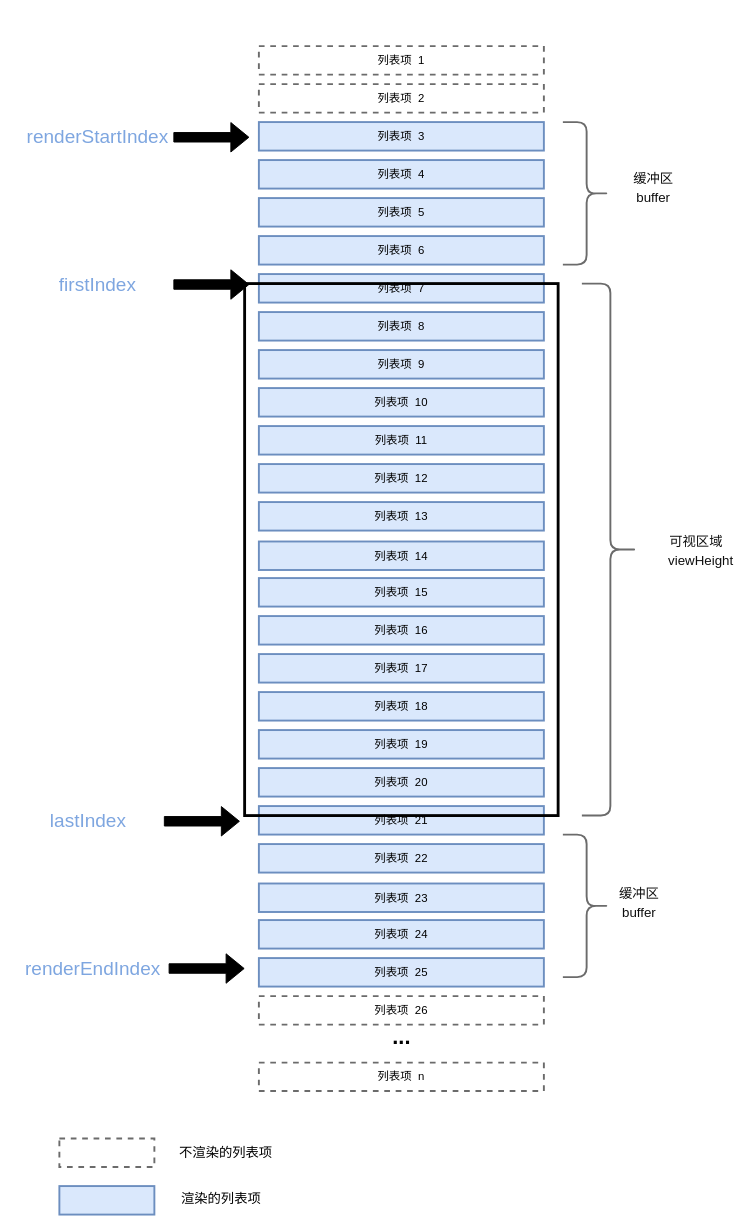
logcas/ImageBed keeps this draw.io diagram as scroll-list.drawio. Above is the earlier version. Source tidied: cells renumbered, new cells numbered last; positions are measured from the earlier drawing's top-left corner, leaving out a move shared by most shapes. Both pictures are drawn from the tidied source at 95%, with x=0, y=0 at pixel (16, 46).
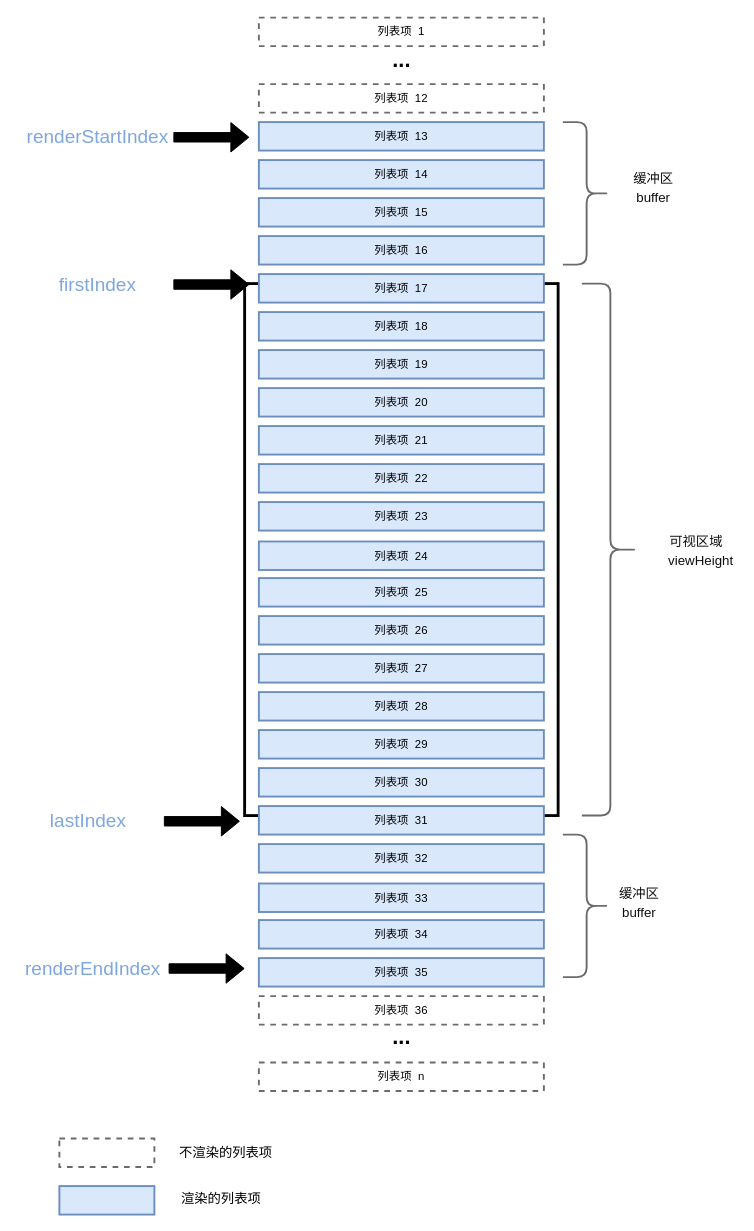
The same diagram, later.

Change to the diagram source:
```diff
@@
+    <mxCell id="30" style="rounded=0;whiteSpace=wrap;html=1;strokeWidth=3;fillColor=none;" parent="1" vertex="1">
+      <mxGeometry x="240" y="250" width="330" height="560" as="geometry" />
+    </mxCell>
     <mxCell id="2" value="列表项&amp;nbsp; 1" style="rounded=0;whiteSpace=wrap;html=1;dashed=1;fillColor=none;strokeWidth=2;strokeColor=#6B6B6B;" parent="1" vertex="1">
-      <mxGeometry x="255" width="300" height="30" as="geometry" />
+      <mxGeometry x="255" y="-30" width="300" height="30" as="geometry" />
     </mxCell>
-    <mxCell id="3" value="列表项&amp;nbsp; 2" style="rounded=0;whiteSpace=wrap;html=1;fillColor=none;strokeWidth=2;strokeColor=#6B6B6B;dashed=1;" parent="1" vertex="1">
+    <mxCell id="3" value="列表项&amp;nbsp; 12" style="rounded=0;whiteSpace=wrap;html=1;fillColor=none;strokeWidth=2;strokeColor=#6B6B6B;dashed=1;" parent="1" vertex="1">
       <mxGeometry x="255" y="40" width="300" height="30" as="geometry" />
     </mxCell>
-    <mxCell id="4" value="列表项&amp;nbsp; 3" style="rounded=0;whiteSpace=wrap;html=1;fillColor=#dae8fc;strokeWidth=2;strokeColor=#6c8ebf;" parent="1" vertex="1">
+    <mxCell id="4" value="列表项&amp;nbsp; 13" style="rounded=0;whiteSpace=wrap;html=1;fillColor=#dae8fc;strokeWidth=2;strokeColor=#6c8ebf;" parent="1" vertex="1">
       <mxGeometry x="255" y="80" width="300" height="30" as="geometry" />
     </mxCell>
-    <mxCell id="5" value="列表项&amp;nbsp; 4" style="rounded=0;whiteSpace=wrap;html=1;fillColor=#dae8fc;strokeWidth=2;strokeColor=#6c8ebf;" parent="1" vertex="1">
+    <mxCell id="5" value="列表项&amp;nbsp; 14" style="rounded=0;whiteSpace=wrap;html=1;fillColor=#dae8fc;strokeWidth=2;strokeColor=#6c8ebf;" parent="1" vertex="1">
       <mxGeometry x="255" y="120" width="300" height="30" as="geometry" />
     </mxCell>
-    <mxCell id="6" value="列表项&amp;nbsp; 5" style="rounded=0;whiteSpace=wrap;html=1;fillColor=#dae8fc;strokeWidth=2;strokeColor=#6c8ebf;" parent="1" vertex="1">
+    <mxCell id="6" value="列表项&amp;nbsp; 15" style="rounded=0;whiteSpace=wrap;html=1;fillColor=#dae8fc;strokeWidth=2;strokeColor=#6c8ebf;" parent="1" vertex="1">
       <mxGeometry x="255" y="160" width="300" height="30" as="geometry" />
     </mxCell>
-    <mxCell id="7" value="列表项&amp;nbsp; 6" style="rounded=0;whiteSpace=wrap;html=1;fillColor=#dae8fc;strokeWidth=2;strokeColor=#6c8ebf;" parent="1" vertex="1">
+    <mxCell id="7" value="列表项&amp;nbsp; 16" style="rounded=0;whiteSpace=wrap;html=1;fillColor=#dae8fc;strokeWidth=2;strokeColor=#6c8ebf;" parent="1" vertex="1">
       <mxGeometry x="255" y="200" width="300" height="30" as="geometry" />
     </mxCell>
-    <mxCell id="8" value="列表项&amp;nbsp; 7" style="rounded=0;whiteSpace=wrap;html=1;fillColor=#dae8fc;strokeWidth=2;strokeColor=#6c8ebf;" parent="1" vertex="1">
+    <mxCell id="8" value="列表项&amp;nbsp; 17" style="rounded=0;whiteSpace=wrap;html=1;fillColor=#dae8fc;strokeWidth=2;strokeColor=#6c8ebf;" parent="1" vertex="1">
       <mxGeometry x="255" y="240" width="300" height="30" as="geometry" />
     </mxCell>
-    <mxCell id="9" value="列表项&amp;nbsp; 8" style="rounded=0;whiteSpace=wrap;html=1;fillColor=#dae8fc;strokeWidth=2;strokeColor=#6c8ebf;" parent="1" vertex="1">
+    <mxCell id="9" value="列表项&amp;nbsp; 18" style="rounded=0;whiteSpace=wrap;html=1;fillColor=#dae8fc;strokeWidth=2;strokeColor=#6c8ebf;" parent="1" vertex="1">
       <mxGeometry x="255" y="280" width="300" height="30" as="geometry" />
     </mxCell>
-    <mxCell id="10" value="列表项&amp;nbsp; 9" style="rounded=0;whiteSpace=wrap;html=1;fillColor=#dae8fc;strokeWidth=2;strokeColor=#6c8ebf;" parent="1" vertex="1">
+    <mxCell id="10" value="列表项&amp;nbsp; 19" style="rounded=0;whiteSpace=wrap;html=1;fillColor=#dae8fc;strokeWidth=2;strokeColor=#6c8ebf;" parent="1" vertex="1">
       <mxGeometry x="255" y="320" width="300" height="30" as="geometry" />
     </mxCell>
-    <mxCell id="11" value="列表项&amp;nbsp; 10" style="rounded=0;whiteSpace=wrap;html=1;fillColor=#dae8fc;strokeWidth=2;strokeColor=#6c8ebf;" parent="1" vertex="1">
+    <mxCell id="11" value="列表项&amp;nbsp; 20" style="rounded=0;whiteSpace=wrap;html=1;fillColor=#dae8fc;strokeWidth=2;strokeColor=#6c8ebf;" parent="1" vertex="1">
       <mxGeometry x="255" y="360" width="300" height="30" as="geometry" />
     </mxCell>
-    <mxCell id="12" value="列表项&amp;nbsp; 11" style="rounded=0;whiteSpace=wrap;html=1;fillColor=#dae8fc;strokeWidth=2;strokeColor=#6c8ebf;" parent="1" vertex="1">
+    <mxCell id="12" value="列表项&amp;nbsp; 21" style="rounded=0;whiteSpace=wrap;html=1;fillColor=#dae8fc;strokeWidth=2;strokeColor=#6c8ebf;" parent="1" vertex="1">
       <mxGeometry x="255" y="400" width="300" height="30" as="geometry" />
     </mxCell>
-    <mxCell id="13" value="列表项&amp;nbsp; 12" style="rounded=0;whiteSpace=wrap;html=1;fillColor=#dae8fc;strokeWidth=2;strokeColor=#6c8ebf;" parent="1" vertex="1">
+    <mxCell id="13" value="列表项&amp;nbsp; 22" style="rounded=0;whiteSpace=wrap;html=1;fillColor=#dae8fc;strokeWidth=2;strokeColor=#6c8ebf;" parent="1" vertex="1">
       <mxGeometry x="255" y="440" width="300" height="30" as="geometry" />
     </mxCell>
-    <mxCell id="14" value="列表项&amp;nbsp; 13" style="rounded=0;whiteSpace=wrap;html=1;fillColor=#dae8fc;strokeWidth=2;strokeColor=#6c8ebf;" parent="1" vertex="1">
+    <mxCell id="14" value="列表项&amp;nbsp; 23" style="rounded=0;whiteSpace=wrap;html=1;fillColor=#dae8fc;strokeWidth=2;strokeColor=#6c8ebf;" parent="1" vertex="1">
       <mxGeometry x="255" y="480" width="300" height="30" as="geometry" />
     </mxCell>
-    <mxCell id="15" value="列表项&amp;nbsp; 14" style="rounded=0;whiteSpace=wrap;html=1;fillColor=#dae8fc;strokeWidth=2;strokeColor=#6c8ebf;" parent="1" vertex="1">
+    <mxCell id="15" value="列表项&amp;nbsp; 24" style="rounded=0;whiteSpace=wrap;html=1;fillColor=#dae8fc;strokeWidth=2;strokeColor=#6c8ebf;" parent="1" vertex="1">
       <mxGeometry x="255" y="521.5" width="300" height="30" as="geometry" />
     </mxCell>
-    <mxCell id="16" value="列表项&amp;nbsp; 15" style="rounded=0;whiteSpace=wrap;html=1;fillColor=#dae8fc;strokeWidth=2;strokeColor=#6c8ebf;" parent="1" vertex="1">
+    <mxCell id="16" value="列表项&amp;nbsp; 25" style="rounded=0;whiteSpace=wrap;html=1;fillColor=#dae8fc;strokeWidth=2;strokeColor=#6c8ebf;" parent="1" vertex="1">
       <mxGeometry x="255" y="560" width="300" height="30" as="geometry" />
     </mxCell>
-    <mxCell id="17" value="列表项&amp;nbsp; 16" style="rounded=0;whiteSpace=wrap;html=1;fillColor=#dae8fc;strokeWidth=2;strokeColor=#6c8ebf;" parent="1" vertex="1">
+    <mxCell id="17" value="列表项&amp;nbsp; 26" style="rounded=0;whiteSpace=wrap;html=1;fillColor=#dae8fc;strokeWidth=2;strokeColor=#6c8ebf;" parent="1" vertex="1">
       <mxGeometry x="255" y="600" width="300" height="30" as="geometry" />
     </mxCell>
-    <mxCell id="18" value="列表项&amp;nbsp; 17" style="rounded=0;whiteSpace=wrap;html=1;fillColor=#dae8fc;strokeWidth=2;strokeColor=#6c8ebf;" parent="1" vertex="1">
+    <mxCell id="18" value="列表项&amp;nbsp; 27" style="rounded=0;whiteSpace=wrap;html=1;fillColor=#dae8fc;strokeWidth=2;strokeColor=#6c8ebf;" parent="1" vertex="1">
       <mxGeometry x="255" y="640" width="300" height="30" as="geometry" />
     </mxCell>
-    <mxCell id="19" value="列表项&amp;nbsp; 18" style="rounded=0;whiteSpace=wrap;html=1;fillColor=#dae8fc;strokeWidth=2;strokeColor=#6c8ebf;" parent="1" vertex="1">
+    <mxCell id="19" value="列表项&amp;nbsp; 28" style="rounded=0;whiteSpace=wrap;html=1;fillColor=#dae8fc;strokeWidth=2;strokeColor=#6c8ebf;" parent="1" vertex="1">
       <mxGeometry x="255" y="680" width="300" height="30" as="geometry" />
     </mxCell>
-    <mxCell id="20" value="列表项&amp;nbsp; 19" style="rounded=0;whiteSpace=wrap;html=1;fillColor=#dae8fc;strokeWidth=2;strokeColor=#6c8ebf;" parent="1" vertex="1">
+    <mxCell id="20" value="列表项&amp;nbsp; 29" style="rounded=0;whiteSpace=wrap;html=1;fillColor=#dae8fc;strokeWidth=2;strokeColor=#6c8ebf;" parent="1" vertex="1">
       <mxGeometry x="255" y="720" width="300" height="30" as="geometry" />
     </mxCell>
-    <mxCell id="21" value="列表项&amp;nbsp; 20" style="rounded=0;whiteSpace=wrap;html=1;fillColor=#dae8fc;strokeWidth=2;strokeColor=#6c8ebf;" parent="1" vertex="1">
+    <mxCell id="21" value="列表项&amp;nbsp; 30" style="rounded=0;whiteSpace=wrap;html=1;fillColor=#dae8fc;strokeWidth=2;strokeColor=#6c8ebf;" parent="1" vertex="1">
       <mxGeometry x="255" y="760" width="300" height="30" as="geometry" />
     </mxCell>
-    <mxCell id="22" value="列表项&amp;nbsp; 21" style="rounded=0;whiteSpace=wrap;html=1;fillColor=#dae8fc;strokeWidth=2;strokeColor=#6c8ebf;" parent="1" vertex="1">
+    <mxCell id="22" value="列表项&amp;nbsp; 31" style="rounded=0;whiteSpace=wrap;html=1;fillColor=#dae8fc;strokeWidth=2;strokeColor=#6c8ebf;" parent="1" vertex="1">
       <mxGeometry x="255" y="800" width="300" height="30" as="geometry" />
     </mxCell>
-    <mxCell id="23" value="列表项&amp;nbsp; 22" style="rounded=0;whiteSpace=wrap;html=1;fillColor=#dae8fc;strokeWidth=2;strokeColor=#6c8ebf;" parent="1" vertex="1">
+    <mxCell id="23" value="列表项&amp;nbsp; 32" style="rounded=0;whiteSpace=wrap;html=1;fillColor=#dae8fc;strokeWidth=2;strokeColor=#6c8ebf;" parent="1" vertex="1">
       <mxGeometry x="255" y="840" width="300" height="30" as="geometry" />
     </mxCell>
-    <mxCell id="24" value="列表项&amp;nbsp; 23" style="rounded=0;whiteSpace=wrap;html=1;fillColor=#dae8fc;strokeWidth=2;strokeColor=#6c8ebf;" parent="1" vertex="1">
+    <mxCell id="24" value="列表项&amp;nbsp; 33" style="rounded=0;whiteSpace=wrap;html=1;fillColor=#dae8fc;strokeWidth=2;strokeColor=#6c8ebf;" parent="1" vertex="1">
       <mxGeometry x="255" y="881.5" width="300" height="30" as="geometry" />
     </mxCell>
-    <mxCell id="25" value="列表项&amp;nbsp; 24" style="rounded=0;whiteSpace=wrap;html=1;fillColor=#dae8fc;strokeWidth=2;strokeColor=#6c8ebf;" parent="1" vertex="1">
+    <mxCell id="25" value="列表项&amp;nbsp; 34" style="rounded=0;whiteSpace=wrap;html=1;fillColor=#dae8fc;strokeWidth=2;strokeColor=#6c8ebf;" parent="1" vertex="1">
       <mxGeometry x="255" y="920" width="300" height="30" as="geometry" />
     </mxCell>
-    <mxCell id="26" value="列表项&amp;nbsp; 25" style="rounded=0;whiteSpace=wrap;html=1;fillColor=#dae8fc;strokeWidth=2;strokeColor=#6c8ebf;" parent="1" vertex="1">
+    <mxCell id="26" value="列表项&amp;nbsp; 35" style="rounded=0;whiteSpace=wrap;html=1;fillColor=#dae8fc;strokeWidth=2;strokeColor=#6c8ebf;" parent="1" vertex="1">
       <mxGeometry x="255" y="960" width="300" height="30" as="geometry" />
     </mxCell>
-    <mxCell id="27" value="列表项&amp;nbsp; 26" style="rounded=0;whiteSpace=wrap;html=1;fillColor=none;strokeWidth=2;strokeColor=#6B6B6B;dashed=1;" parent="1" vertex="1">
+    <mxCell id="27" value="列表项&amp;nbsp; 36" style="rounded=0;whiteSpace=wrap;html=1;fillColor=none;strokeWidth=2;strokeColor=#6B6B6B;dashed=1;" parent="1" vertex="1">
       <mxGeometry x="255" y="1000" width="300" height="30" as="geometry" />
     </mxCell>
@@
-    <mxCell id="30" style="rounded=0;whiteSpace=wrap;html=1;strokeWidth=3;fillColor=none;" parent="1" vertex="1">
-      <mxGeometry x="240" y="250" width="330" height="560" as="geometry" />
-    </mxCell>
@@
+    <mxCell id="52" value="&lt;b&gt;&lt;font style=&quot;font-size: 23px&quot;&gt;...&lt;/font&gt;&lt;/b&gt;" style="text;html=1;align=center;verticalAlign=middle;" parent="1" vertex="1">
+      <mxGeometry x="390" y="5" width="30" height="20" as="geometry" />
+    </mxCell>
```
